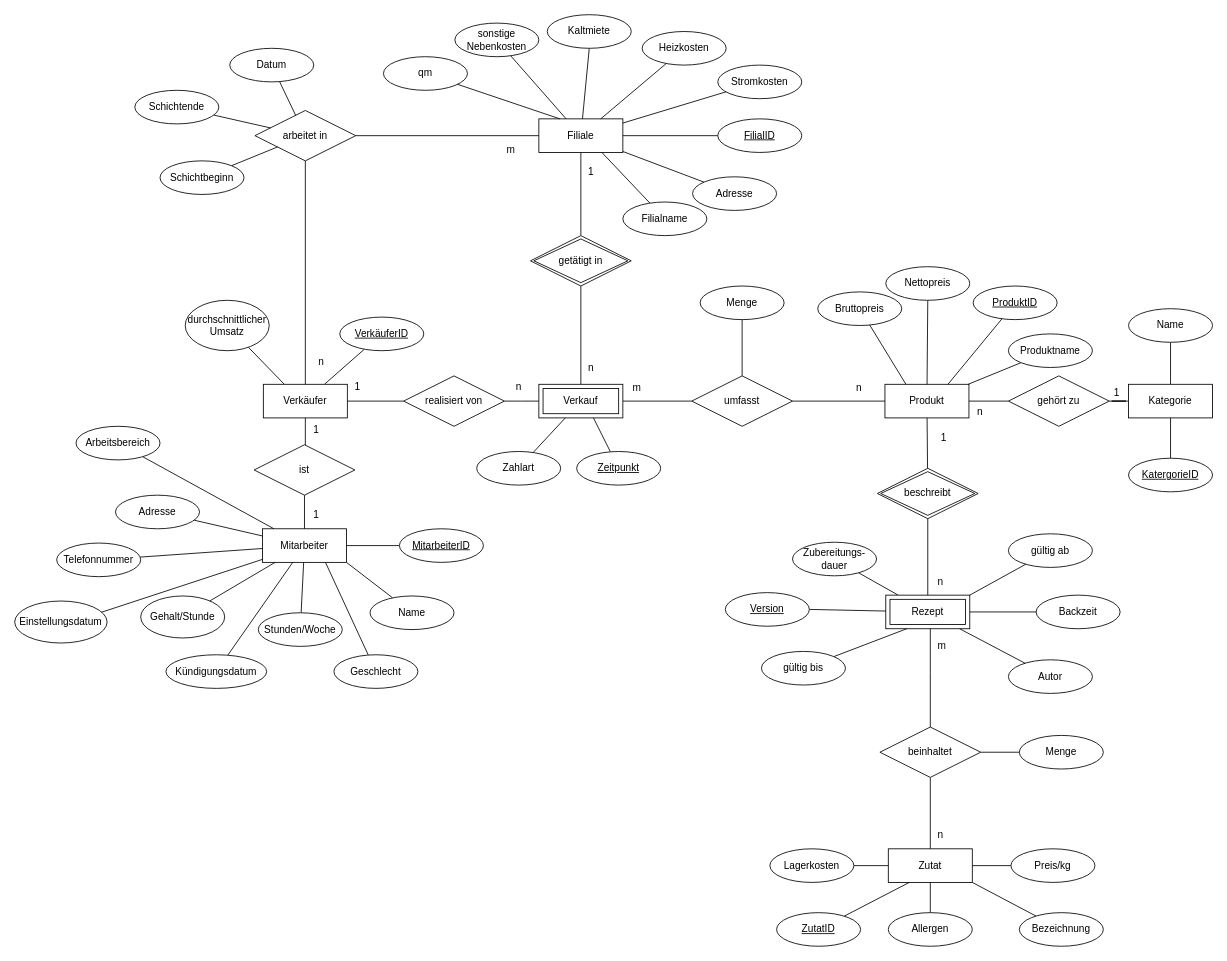
Before: ERModell - BrotZeit.drawio in Thoerchen/BackZeit, a draw.io diagram. Source tidied: cells renumbered, new cells numbered last; positions are measured from the earlier drawing's top-left corner, leaving out a move shared by most shapes. Both pictures are drawn from the tidied source at 84%, with x=0, y=0 at pixel (14, 14).
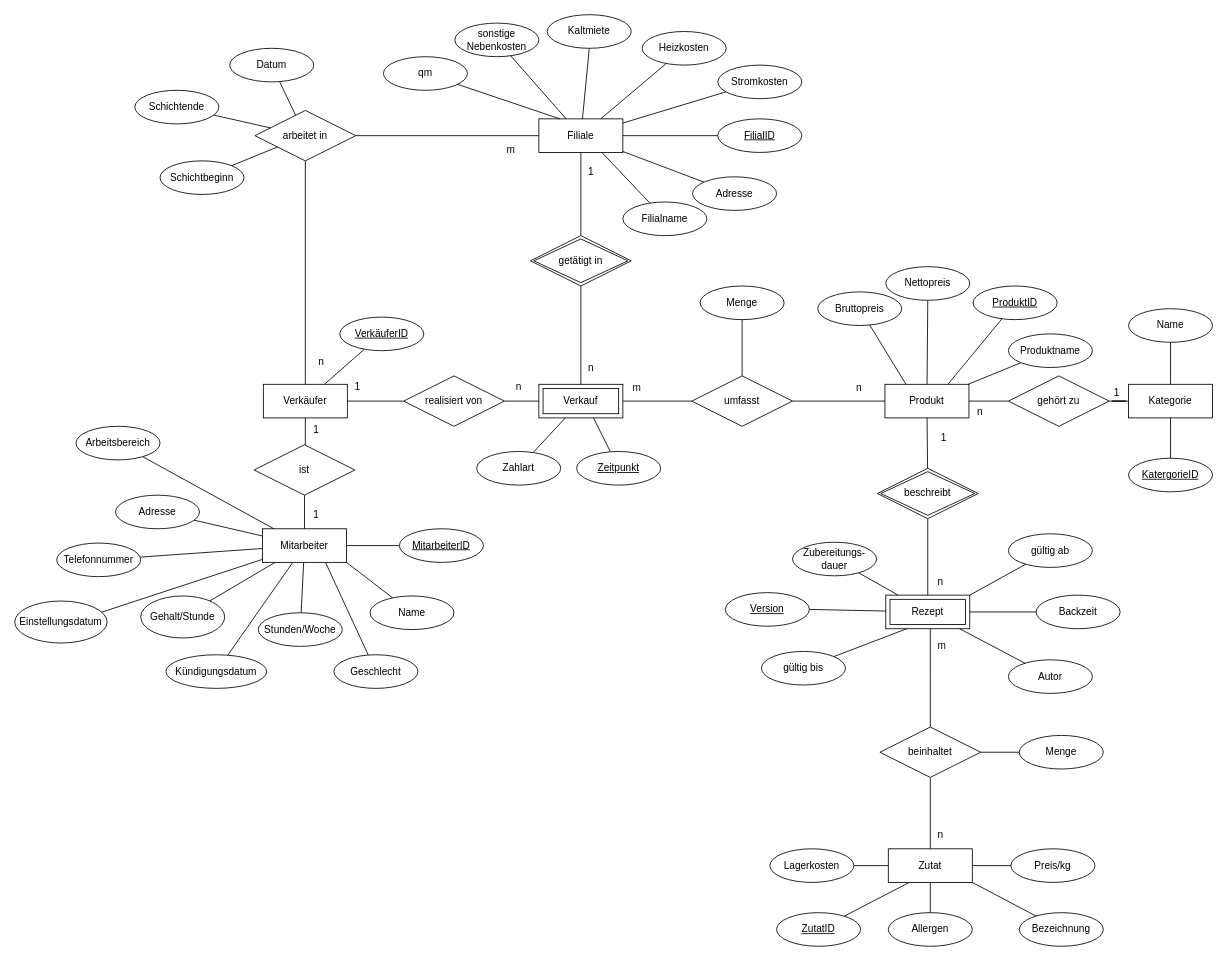
The same page after the edit.

The change refers to these unchanged cells:
```xml
<mxCell id="27" value="Verkäufer" style="whiteSpace=wrap;html=1;align=center;" parent="1" vertex="1">
  <mxGeometry x="296" y="440" width="100" height="40" as="geometry" />
</mxCell>
```

Diff of the diagram source:
```diff
@@
-    <mxCell id="22" style="rounded=0;jettySize=auto;html=1;endArrow=none;endFill=0;entryX=0.25;entryY=0;entryDx=0;entryDy=0;" parent="1" edge="1" source="23" target="27">
-      <mxGeometry relative="1" as="geometry" />
-    </mxCell>
-    <mxCell id="23" value="durchschnittlicher Umsatz" style="ellipse;whiteSpace=wrap;html=1;align=center;" parent="1" vertex="1">
-      <mxGeometry x="203" y="340" width="100" height="60" as="geometry" />
-    </mxCell>
```
